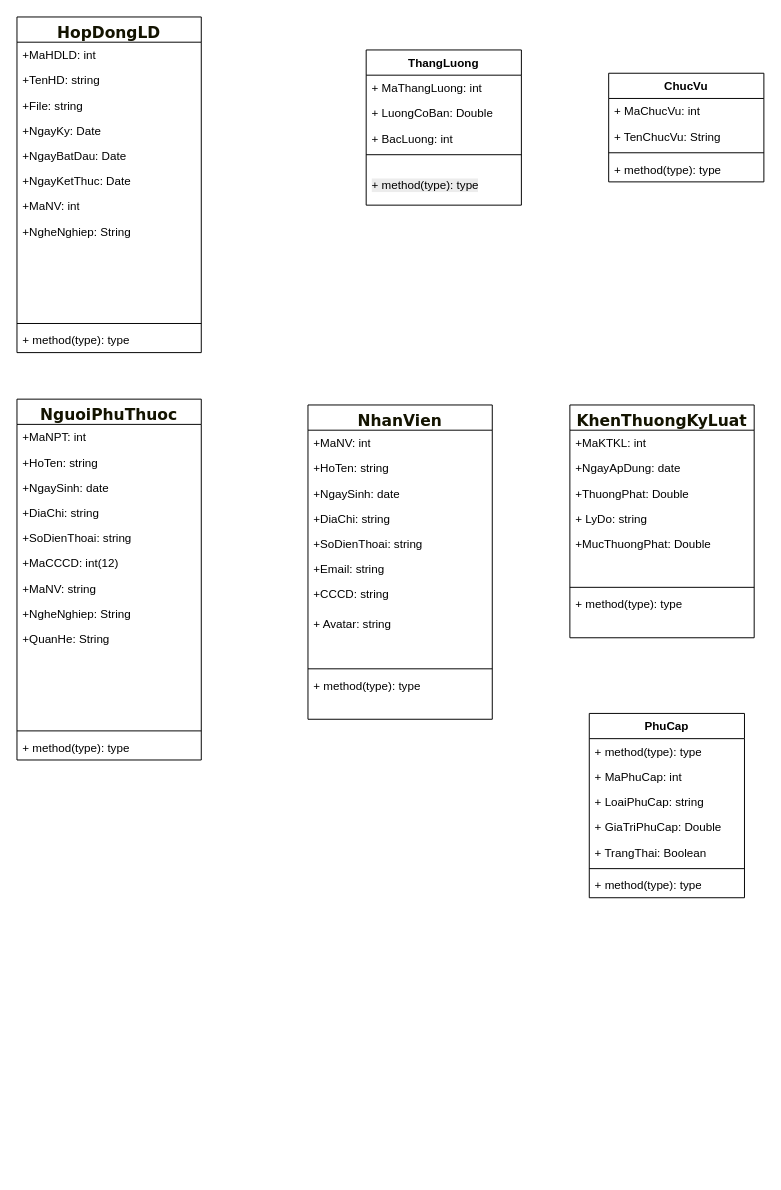
NguyenMint/LVTN keeps this draw.io diagram as Biểu đồ không có tiêu đề.drawio. Above is the earlier version. Source tidied: cells renumbered, new cells numbered last; positions are measured from the earlier drawing's top-left corner, leaving out a move shared by most shapes. Both pictures are drawn from the tidied source at 97%, with x=0, y=0 at pixel (16, 16).
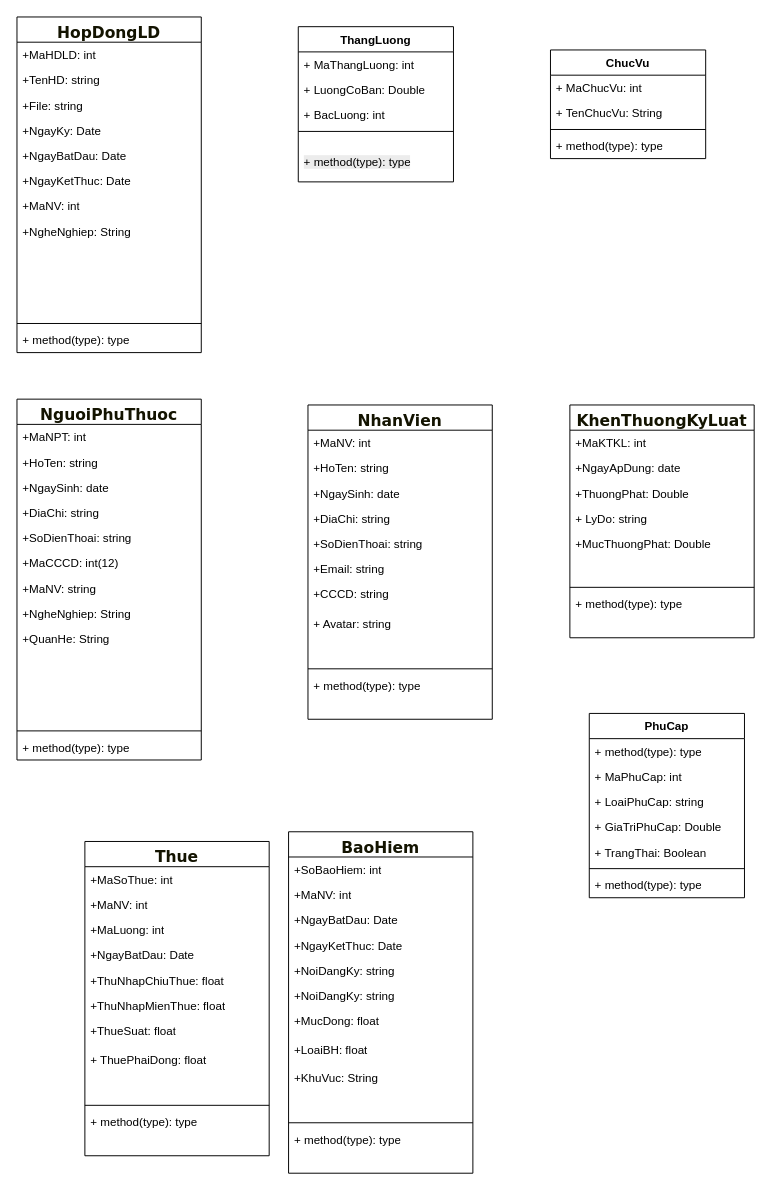
After the change.

Commit message (it also covers changes not shown here):
Cập nhật Biểu đồ không có tiêu đề.drawio

Change to the diagram source:
```diff
@@
     <mxCell id="62" value="ThangLuong" style="swimlane;fontStyle=1;align=center;verticalAlign=top;horizontal=1;startSize=26;whiteSpace=wrap;html=1;" parent="1" vertex="1">
-      <mxGeometry x="360" y="34" width="160" height="160" as="geometry" />
+      <mxGeometry x="290" y="10" width="160" height="160" as="geometry" />
     </mxCell>
@@
     <mxCell id="68" value="ChucVu" style="swimlane;fontStyle=1;align=center;verticalAlign=top;horizontal=1;startSize=26;whiteSpace=wrap;html=1;" parent="1" vertex="1">
-      <mxGeometry x="610" y="58" width="160" height="112" as="geometry" />
+      <mxGeometry x="550" y="34" width="160" height="112" as="geometry" />
     </mxCell>
@@
+    <mxCell id="73" value="&lt;span style=&quot;color: rgb(19, 19, 0); font-family: &amp;quot;trebuchet ms&amp;quot;, verdana, arial, sans-serif; font-size: 16px; text-wrap-mode: nowrap;&quot;&gt;Thue&lt;/span&gt;" style="swimlane;fontStyle=1;align=center;verticalAlign=top;horizontal=1;startSize=26;whiteSpace=wrap;html=1;" parent="1" vertex="1">
+      <mxGeometry x="70" y="850" width="190" height="324" as="geometry" />
+    </mxCell>
+    <mxCell id="74" value="+MaSoThue: int" style="text;strokeColor=none;fillColor=none;align=left;verticalAlign=top;spacingLeft=4;spacingRight=4;overflow=hidden;whiteSpace=wrap;html=1;" parent="73" vertex="1">
+      <mxGeometry y="26" width="190" height="26" as="geometry" />
+    </mxCell>
+    <mxCell id="75" value="+MaNV: int" style="text;strokeColor=none;fillColor=none;align=left;verticalAlign=top;spacingLeft=4;spacingRight=4;overflow=hidden;whiteSpace=wrap;html=1;" parent="73" vertex="1">
+      <mxGeometry y="52" width="190" height="26" as="geometry" />
+    </mxCell>
+    <mxCell id="76" value="+MaLuong: int" style="text;strokeColor=none;fillColor=none;align=left;verticalAlign=top;spacingLeft=4;spacingRight=4;overflow=hidden;whiteSpace=wrap;html=1;" parent="73" vertex="1">
+      <mxGeometry y="78" width="190" height="26" as="geometry" />
+    </mxCell>
+    <mxCell id="77" value="+NgayBatDau: Date" style="text;strokeColor=none;fillColor=none;align=left;verticalAlign=top;spacingLeft=4;spacingRight=4;overflow=hidden;whiteSpace=wrap;html=1;" parent="73" vertex="1">
+      <mxGeometry y="104" width="190" height="26" as="geometry" />
+    </mxCell>
+    <mxCell id="78" value="+ThuNhapChiuThue: float" style="text;strokeColor=none;fillColor=none;align=left;verticalAlign=top;spacingLeft=4;spacingRight=4;overflow=hidden;whiteSpace=wrap;html=1;" parent="73" vertex="1">
+      <mxGeometry y="130" width="190" height="26" as="geometry" />
+    </mxCell>
+    <mxCell id="79" value="+ThuNhapMienThue: float" style="text;strokeColor=none;fillColor=none;align=left;verticalAlign=top;spacingLeft=4;spacingRight=4;overflow=hidden;whiteSpace=wrap;html=1;" parent="73" vertex="1">
+      <mxGeometry y="156" width="190" height="26" as="geometry" />
+    </mxCell>
+    <mxCell id="80" value="+ThueSuat: float" style="text;strokeColor=none;fillColor=none;align=left;verticalAlign=top;spacingLeft=4;spacingRight=4;overflow=hidden;whiteSpace=wrap;html=1;" parent="73" vertex="1">
+      <mxGeometry y="182" width="190" height="30" as="geometry" />
+    </mxCell>
+    <mxCell id="81" value="+ ThuePhaiDong: float" style="text;strokeColor=none;fillColor=none;align=left;verticalAlign=top;spacingLeft=4;spacingRight=4;overflow=hidden;whiteSpace=wrap;html=1;" parent="73" vertex="1">
+      <mxGeometry y="212" width="190" height="28" as="geometry" />
+    </mxCell>
+    <mxCell id="82" style="text;strokeColor=none;fillColor=none;align=left;verticalAlign=top;spacingLeft=4;spacingRight=4;overflow=hidden;whiteSpace=wrap;html=1;" parent="73" vertex="1">
+      <mxGeometry y="240" width="190" height="28" as="geometry" />
+    </mxCell>
+    <mxCell id="83" style="line;strokeWidth=1;fillColor=none;align=left;verticalAlign=middle;spacingTop=-1;spacingLeft=3;spacingRight=3;labelPosition=right;strokeColor=inherit;" parent="73" vertex="1">
+      <mxGeometry y="268" width="190" height="8" as="geometry" />
+    </mxCell>
+    <mxCell id="84" value="+ method(type): type" style="text;strokeColor=none;fillColor=none;align=left;verticalAlign=top;spacingLeft=4;spacingRight=4;overflow=hidden;whiteSpace=wrap;html=1;" parent="73" vertex="1">
+      <mxGeometry y="276" width="190" height="24" as="geometry" />
+    </mxCell>
+    <mxCell id="85" style="text;strokeColor=none;fillColor=none;align=left;verticalAlign=top;spacingLeft=4;spacingRight=4;overflow=hidden;whiteSpace=wrap;html=1;" parent="73" vertex="1">
+      <mxGeometry y="300" width="190" height="24" as="geometry" />
+    </mxCell>
+    <mxCell id="86" value="&lt;span style=&quot;color: rgb(19, 19, 0); font-family: &amp;quot;trebuchet ms&amp;quot;, verdana, arial, sans-serif; font-size: 16px; text-wrap-mode: nowrap;&quot;&gt;BaoHiem&lt;/span&gt;" style="swimlane;fontStyle=1;align=center;verticalAlign=top;horizontal=1;startSize=26;whiteSpace=wrap;html=1;" parent="1" vertex="1">
+      <mxGeometry x="280" y="840" width="190" height="352" as="geometry" />
+    </mxCell>
+    <mxCell id="87" value="+SoBaoHiem: int" style="text;strokeColor=none;fillColor=none;align=left;verticalAlign=top;spacingLeft=4;spacingRight=4;overflow=hidden;whiteSpace=wrap;html=1;" parent="86" vertex="1">
+      <mxGeometry y="26" width="190" height="26" as="geometry" />
+    </mxCell>
+    <mxCell id="88" value="+MaNV: int" style="text;strokeColor=none;fillColor=none;align=left;verticalAlign=top;spacingLeft=4;spacingRight=4;overflow=hidden;whiteSpace=wrap;html=1;" parent="86" vertex="1">
+      <mxGeometry y="52" width="190" height="26" as="geometry" />
+    </mxCell>
+    <mxCell id="89" value="+NgayBatDau: Date" style="text;strokeColor=none;fillColor=none;align=left;verticalAlign=top;spacingLeft=4;spacingRight=4;overflow=hidden;whiteSpace=wrap;html=1;" parent="86" vertex="1">
+      <mxGeometry y="78" width="190" height="26" as="geometry" />
+    </mxCell>
+    <mxCell id="90" value="+NgayKetThuc: Date" style="text;strokeColor=none;fillColor=none;align=left;verticalAlign=top;spacingLeft=4;spacingRight=4;overflow=hidden;whiteSpace=wrap;html=1;" parent="86" vertex="1">
+      <mxGeometry y="104" width="190" height="26" as="geometry" />
+    </mxCell>
+    <mxCell id="91" value="+NoiDangKy: string" style="text;strokeColor=none;fillColor=none;align=left;verticalAlign=top;spacingLeft=4;spacingRight=4;overflow=hidden;whiteSpace=wrap;html=1;" parent="86" vertex="1">
+      <mxGeometry y="130" width="190" height="26" as="geometry" />
+    </mxCell>
+    <mxCell id="92" value="+NoiDangKy: string" style="text;strokeColor=none;fillColor=none;align=left;verticalAlign=top;spacingLeft=4;spacingRight=4;overflow=hidden;whiteSpace=wrap;html=1;" parent="86" vertex="1">
+      <mxGeometry y="156" width="190" height="26" as="geometry" />
+    </mxCell>
+    <mxCell id="93" value="+MucDong: float" style="text;strokeColor=none;fillColor=none;align=left;verticalAlign=top;spacingLeft=4;spacingRight=4;overflow=hidden;whiteSpace=wrap;html=1;" parent="86" vertex="1">
+      <mxGeometry y="182" width="190" height="30" as="geometry" />
+    </mxCell>
+    <mxCell id="94" value="+LoaiBH: float" style="text;strokeColor=none;fillColor=none;align=left;verticalAlign=top;spacingLeft=4;spacingRight=4;overflow=hidden;whiteSpace=wrap;html=1;" parent="86" vertex="1">
+      <mxGeometry y="212" width="190" height="28" as="geometry" />
+    </mxCell>
+    <mxCell id="95" value="+KhuVuc: String" style="text;strokeColor=none;fillColor=none;align=left;verticalAlign=top;spacingLeft=4;spacingRight=4;overflow=hidden;whiteSpace=wrap;html=1;" parent="86" vertex="1">
+      <mxGeometry y="240" width="190" height="28" as="geometry" />
+    </mxCell>
+    <mxCell id="96" style="text;strokeColor=none;fillColor=none;align=left;verticalAlign=top;spacingLeft=4;spacingRight=4;overflow=hidden;whiteSpace=wrap;html=1;" parent="86" vertex="1">
+      <mxGeometry y="268" width="190" height="28" as="geometry" />
+    </mxCell>
+    <mxCell id="97" style="line;strokeWidth=1;fillColor=none;align=left;verticalAlign=middle;spacingTop=-1;spacingLeft=3;spacingRight=3;labelPosition=right;strokeColor=inherit;" parent="86" vertex="1">
+      <mxGeometry y="296" width="190" height="8" as="geometry" />
+    </mxCell>
+    <mxCell id="98" value="+ method(type): type" style="text;strokeColor=none;fillColor=none;align=left;verticalAlign=top;spacingLeft=4;spacingRight=4;overflow=hidden;whiteSpace=wrap;html=1;" parent="86" vertex="1">
+      <mxGeometry y="304" width="190" height="24" as="geometry" />
+    </mxCell>
+    <mxCell id="99" style="text;strokeColor=none;fillColor=none;align=left;verticalAlign=top;spacingLeft=4;spacingRight=4;overflow=hidden;whiteSpace=wrap;html=1;" parent="86" vertex="1">
+      <mxGeometry y="328" width="190" height="24" as="geometry" />
+    </mxCell>
```
